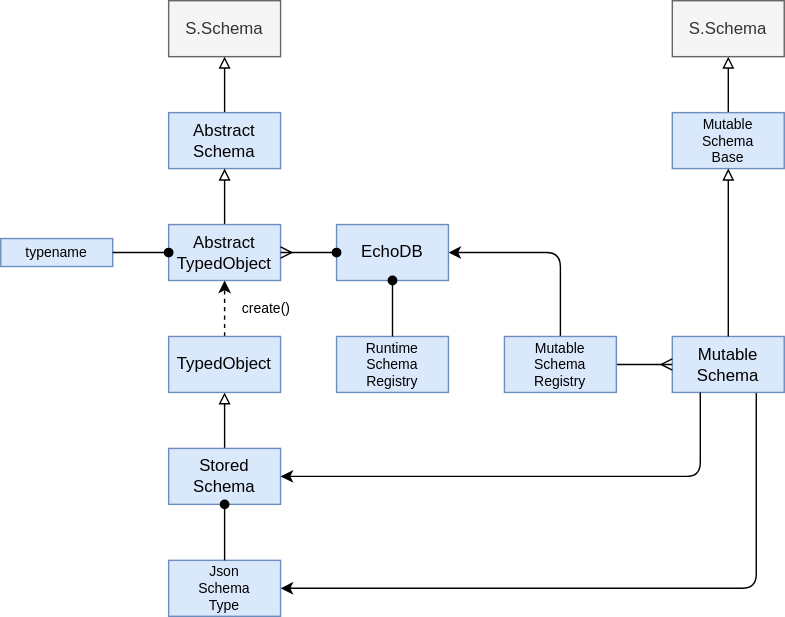
This is packages/core/echo/echo-schema/docs/schema.drawio.svg from dxos/dxos, a draw.io export, as it was before one commit. Source tidied: cells renumbered, new cells last; positions are measured from the earlier drawing's top-left corner, leaving out a move shared by most shapes. Source of this version:
```xml
<mxGraphModel>
  <root>
    <mxCell id="0" />
    <mxCell id="1" parent="0" />
    <mxCell id="2" value="S.Schema" style="rounded=0;whiteSpace=wrap;html=1;fillColor=#f5f5f5;fontColor=#333333;strokeColor=#666666;" parent="1" vertex="1">
      <mxGeometry x="120" width="80" height="40" as="geometry" />
    </mxCell>
    <mxCell id="3" style="edgeStyle=none;html=1;exitX=0.5;exitY=0;exitDx=0;exitDy=0;endArrow=block;endFill=0;" parent="1" edge="1" source="4" target="2">
      <mxGeometry relative="1" as="geometry" />
    </mxCell>
    <mxCell id="4" value="Abstract&lt;br&gt;Schema" style="rounded=0;whiteSpace=wrap;html=1;fillColor=#dae8fc;strokeColor=#6c8ebf;" parent="1" vertex="1">
      <mxGeometry x="120" y="80" width="80" height="40" as="geometry" />
    </mxCell>
    <mxCell id="5" style="edgeStyle=none;html=1;exitX=0.5;exitY=0;exitDx=0;exitDy=0;endArrow=block;endFill=0;" parent="1" edge="1" source="6" target="4">
      <mxGeometry relative="1" as="geometry" />
    </mxCell>
    <mxCell id="6" value="Abstract&lt;br&gt;TypedObject" style="rounded=0;whiteSpace=wrap;html=1;fillColor=#dae8fc;strokeColor=#6c8ebf;" parent="1" vertex="1">
      <mxGeometry x="120" y="160" width="80" height="40" as="geometry" />
    </mxCell>
    <mxCell id="7" style="edgeStyle=none;html=1;endArrow=block;endFill=0;" parent="1" edge="1" source="22" target="10">
      <mxGeometry relative="1" as="geometry" />
    </mxCell>
    <mxCell id="8" style="edgeStyle=none;html=1;fontSize=10;endArrow=classic;endFill=1;" parent="1" edge="1" target="11">
      <mxGeometry relative="1" as="geometry">
        <mxPoint x="540" y="280" as="sourcePoint" />
        <Array as="points">
          <mxPoint x="540" y="420" />
        </Array>
      </mxGeometry>
    </mxCell>
    <mxCell id="9" value="Mutable&lt;br&gt;Schema" style="rounded=0;whiteSpace=wrap;html=1;fillColor=#dae8fc;strokeColor=#6c8ebf;" parent="1" vertex="1">
      <mxGeometry x="480" y="240" width="80" height="40" as="geometry" />
    </mxCell>
    <mxCell id="10" value="S.Schema" style="rounded=0;whiteSpace=wrap;html=1;fillColor=#f5f5f5;fontColor=#333333;strokeColor=#666666;" parent="1" vertex="1">
      <mxGeometry x="480" width="80" height="40" as="geometry" />
    </mxCell>
    <mxCell id="11" value="Json&lt;br style=&quot;font-size: 10px;&quot;&gt;Schema&lt;br style=&quot;font-size: 10px;&quot;&gt;Type" style="rounded=0;whiteSpace=wrap;html=1;fontSize=10;fillColor=#dae8fc;strokeColor=#6c8ebf;" parent="1" vertex="1">
      <mxGeometry x="120" y="400" width="80" height="40" as="geometry" />
    </mxCell>
    <mxCell id="12" style="edgeStyle=none;html=1;exitX=0.5;exitY=0;exitDx=0;exitDy=0;fontSize=10;startArrow=none;startFill=0;endArrow=block;endFill=0;" parent="1" edge="1" source="13" target="16">
      <mxGeometry relative="1" as="geometry" />
    </mxCell>
    <mxCell id="13" value="Stored&lt;br&gt;Schema" style="rounded=0;whiteSpace=wrap;html=1;fillColor=#dae8fc;strokeColor=#6c8ebf;" parent="1" vertex="1">
      <mxGeometry x="120" y="320" width="80" height="40" as="geometry" />
    </mxCell>
    <mxCell id="14" style="edgeStyle=none;html=1;fontSize=10;endArrow=none;endFill=0;startArrow=oval;startFill=1;" parent="1" edge="1" source="13" target="11">
      <mxGeometry relative="1" as="geometry" />
    </mxCell>
    <mxCell id="15" style="edgeStyle=none;html=1;exitX=0.5;exitY=0;exitDx=0;exitDy=0;entryX=0.5;entryY=1;entryDx=0;entryDy=0;fontSize=10;startArrow=none;startFill=0;endArrow=classic;endFill=1;dashed=1;" parent="1" edge="1" source="16" target="6">
      <mxGeometry relative="1" as="geometry" />
    </mxCell>
    <mxCell id="16" value="TypedObject" style="rounded=0;whiteSpace=wrap;html=1;fillColor=#dae8fc;strokeColor=#6c8ebf;" parent="1" vertex="1">
      <mxGeometry x="120" y="240" width="80" height="40" as="geometry" />
    </mxCell>
    <mxCell id="17" style="edgeStyle=none;html=1;fontSize=10;startArrow=ERmany;startFill=0;endArrow=none;endFill=0;" parent="1" edge="1" source="9" target="19">
      <mxGeometry relative="1" as="geometry" />
    </mxCell>
    <mxCell id="18" style="edgeStyle=none;html=1;fontSize=10;startArrow=none;startFill=0;endArrow=classic;endFill=1;" parent="1" edge="1" source="19" target="20">
      <mxGeometry relative="1" as="geometry">
        <Array as="points">
          <mxPoint x="400" y="180" />
        </Array>
      </mxGeometry>
    </mxCell>
    <mxCell id="19" value="Mutable&lt;br style=&quot;font-size: 10px;&quot;&gt;Schema&lt;br style=&quot;font-size: 10px;&quot;&gt;Registry" style="rounded=0;whiteSpace=wrap;html=1;fillColor=#dae8fc;strokeColor=#6c8ebf;fontSize=10;" parent="1" vertex="1">
      <mxGeometry x="360" y="240" width="80" height="40" as="geometry" />
    </mxCell>
    <mxCell id="20" value="EchoDB" style="rounded=0;whiteSpace=wrap;html=1;fillColor=#dae8fc;strokeColor=#6c8ebf;fontSize=12;" parent="1" vertex="1">
      <mxGeometry x="240" y="160" width="80" height="40" as="geometry" />
    </mxCell>
    <mxCell id="21" style="edgeStyle=none;html=1;fontSize=10;startArrow=none;startFill=0;endArrow=classic;endFill=1;exitX=0.25;exitY=1;exitDx=0;exitDy=0;" parent="1" edge="1" source="9" target="13">
      <mxGeometry relative="1" as="geometry">
        <Array as="points">
          <mxPoint x="500" y="340" />
        </Array>
      </mxGeometry>
    </mxCell>
    <mxCell id="22" value="Mutable&lt;br style=&quot;font-size: 10px;&quot;&gt;Schema&lt;br style=&quot;font-size: 10px;&quot;&gt;Base" style="rounded=0;whiteSpace=wrap;html=1;fillColor=#dae8fc;strokeColor=#6c8ebf;fontSize=10;" parent="1" vertex="1">
      <mxGeometry x="480" y="80" width="80" height="40" as="geometry" />
    </mxCell>
    <mxCell id="23" style="edgeStyle=none;html=1;endArrow=block;endFill=0;" parent="1" edge="1" source="9" target="22">
      <mxGeometry relative="1" as="geometry" />
    </mxCell>
    <mxCell id="24" value="typename" style="rounded=0;whiteSpace=wrap;html=1;fillColor=#dae8fc;strokeColor=#6c8ebf;fontSize=10;" parent="1" vertex="1">
      <mxGeometry y="170" width="80" height="20" as="geometry" />
    </mxCell>
    <mxCell id="25" style="edgeStyle=none;html=1;fontSize=10;startArrow=oval;startFill=1;endArrow=none;endFill=0;" parent="1" edge="1" source="6" target="24">
      <mxGeometry relative="1" as="geometry" />
    </mxCell>
    <mxCell id="26" style="edgeStyle=none;html=1;exitX=0;exitY=0.5;exitDx=0;exitDy=0;fontSize=10;startArrow=oval;startFill=1;endArrow=ERmany;endFill=0;" parent="1" edge="1" source="20" target="6">
      <mxGeometry relative="1" as="geometry" />
    </mxCell>
    <mxCell id="27" value="Runtime&lt;br style=&quot;font-size: 10px;&quot;&gt;Schema&lt;br style=&quot;font-size: 10px;&quot;&gt;Registry" style="rounded=0;whiteSpace=wrap;html=1;fillColor=#dae8fc;strokeColor=#6c8ebf;fontSize=10;" parent="1" vertex="1">
      <mxGeometry x="240" y="240" width="80" height="40" as="geometry" />
    </mxCell>
    <mxCell id="28" style="edgeStyle=none;html=1;fontSize=10;startArrow=oval;startFill=1;endArrow=none;endFill=0;" parent="1" edge="1" source="20" target="27">
      <mxGeometry relative="1" as="geometry" />
    </mxCell>
    <mxCell id="29" value="create()" style="rounded=0;whiteSpace=wrap;html=1;fillColor=none;strokeColor=none;fontSize=10;" parent="1" vertex="1">
      <mxGeometry x="170" y="210" width="40" height="20" as="geometry" />
    </mxCell>
  </root>
</mxGraphModel>
```
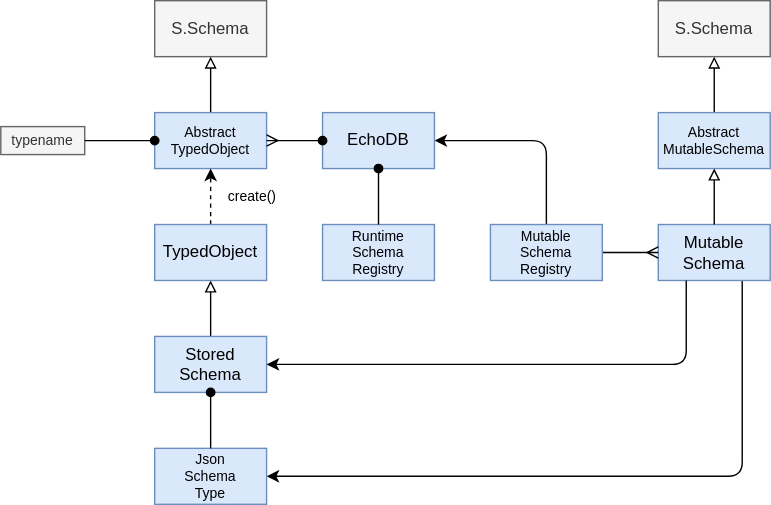
After the commit.

Diff of the diagram source:
```diff
@@ -3,18 +3,12 @@
     <mxCell id="0" />
     <mxCell id="1" parent="0" />
     <mxCell id="2" value="S.Schema" style="rounded=0;whiteSpace=wrap;html=1;fillColor=#f5f5f5;fontColor=#333333;strokeColor=#666666;" parent="1" vertex="1">
-      <mxGeometry x="120" width="80" height="40" as="geometry" />
+      <mxGeometry x="120" y="80" width="80" height="40" as="geometry" />
     </mxCell>
-    <mxCell id="3" style="edgeStyle=none;html=1;exitX=0.5;exitY=0;exitDx=0;exitDy=0;endArrow=block;endFill=0;" parent="1" edge="1" source="4" target="2">
+    <mxCell id="3" style="edgeStyle=none;html=1;endArrow=block;endFill=0;" parent="1" edge="1" source="6" target="2">
       <mxGeometry relative="1" as="geometry" />
     </mxCell>
-    <mxCell id="4" value="Abstract&lt;br&gt;Schema" style="rounded=0;whiteSpace=wrap;html=1;fillColor=#dae8fc;strokeColor=#6c8ebf;" parent="1" vertex="1">
-      <mxGeometry x="120" y="80" width="80" height="40" as="geometry" />
-    </mxCell>
-    <mxCell id="5" style="edgeStyle=none;html=1;exitX=0.5;exitY=0;exitDx=0;exitDy=0;endArrow=block;endFill=0;" parent="1" edge="1" source="6" target="4">
-      <mxGeometry relative="1" as="geometry" />
-    </mxCell>
-    <mxCell id="6" value="Abstract&lt;br&gt;TypedObject" style="rounded=0;whiteSpace=wrap;html=1;fillColor=#dae8fc;strokeColor=#6c8ebf;" parent="1" vertex="1">
+    <mxCell id="6" value="Abstract&lt;br style=&quot;font-size: 10px;&quot;&gt;TypedObject" style="rounded=0;whiteSpace=wrap;html=1;fillColor=#dae8fc;strokeColor=#6c8ebf;fontSize=10;" parent="1" vertex="1">
       <mxGeometry x="120" y="160" width="80" height="40" as="geometry" />
     </mxCell>
     <mxCell id="7" style="edgeStyle=none;html=1;endArrow=block;endFill=0;" parent="1" edge="1" source="22" target="10">
@@ -32,7 +26,7 @@
       <mxGeometry x="480" y="240" width="80" height="40" as="geometry" />
     </mxCell>
     <mxCell id="10" value="S.Schema" style="rounded=0;whiteSpace=wrap;html=1;fillColor=#f5f5f5;fontColor=#333333;strokeColor=#666666;" parent="1" vertex="1">
-      <mxGeometry x="480" width="80" height="40" as="geometry" />
+      <mxGeometry x="480" y="80" width="80" height="40" as="geometry" />
     </mxCell>
     <mxCell id="11" value="Json&lt;br style=&quot;font-size: 10px;&quot;&gt;Schema&lt;br style=&quot;font-size: 10px;&quot;&gt;Type" style="rounded=0;whiteSpace=wrap;html=1;fontSize=10;fillColor=#dae8fc;strokeColor=#6c8ebf;" parent="1" vertex="1">
       <mxGeometry x="120" y="400" width="80" height="40" as="geometry" />
@@ -75,14 +69,14 @@
         </Array>
       </mxGeometry>
     </mxCell>
-    <mxCell id="22" value="Mutable&lt;br style=&quot;font-size: 10px;&quot;&gt;Schema&lt;br style=&quot;font-size: 10px;&quot;&gt;Base" style="rounded=0;whiteSpace=wrap;html=1;fillColor=#dae8fc;strokeColor=#6c8ebf;fontSize=10;" parent="1" vertex="1">
-      <mxGeometry x="480" y="80" width="80" height="40" as="geometry" />
+    <mxCell id="22" value="Abstract&lt;br&gt;MutableSchema" style="rounded=0;whiteSpace=wrap;html=1;fillColor=#dae8fc;strokeColor=#6c8ebf;fontSize=10;" parent="1" vertex="1">
+      <mxGeometry x="480" y="160" width="80" height="40" as="geometry" />
     </mxCell>
     <mxCell id="23" style="edgeStyle=none;html=1;endArrow=block;endFill=0;" parent="1" edge="1" source="9" target="22">
       <mxGeometry relative="1" as="geometry" />
     </mxCell>
-    <mxCell id="24" value="typename" style="rounded=0;whiteSpace=wrap;html=1;fillColor=#dae8fc;strokeColor=#6c8ebf;fontSize=10;" parent="1" vertex="1">
-      <mxGeometry y="170" width="80" height="20" as="geometry" />
+    <mxCell id="24" value="typename" style="rounded=0;whiteSpace=wrap;html=1;fillColor=#f5f5f5;strokeColor=#666666;fontSize=10;fontColor=#333333;" parent="1" vertex="1">
+      <mxGeometry x="10" y="170" width="60" height="20" as="geometry" />
     </mxCell>
     <mxCell id="25" style="edgeStyle=none;html=1;fontSize=10;startArrow=oval;startFill=1;endArrow=none;endFill=0;" parent="1" edge="1" source="6" target="24">
       <mxGeometry relative="1" as="geometry" />
```
